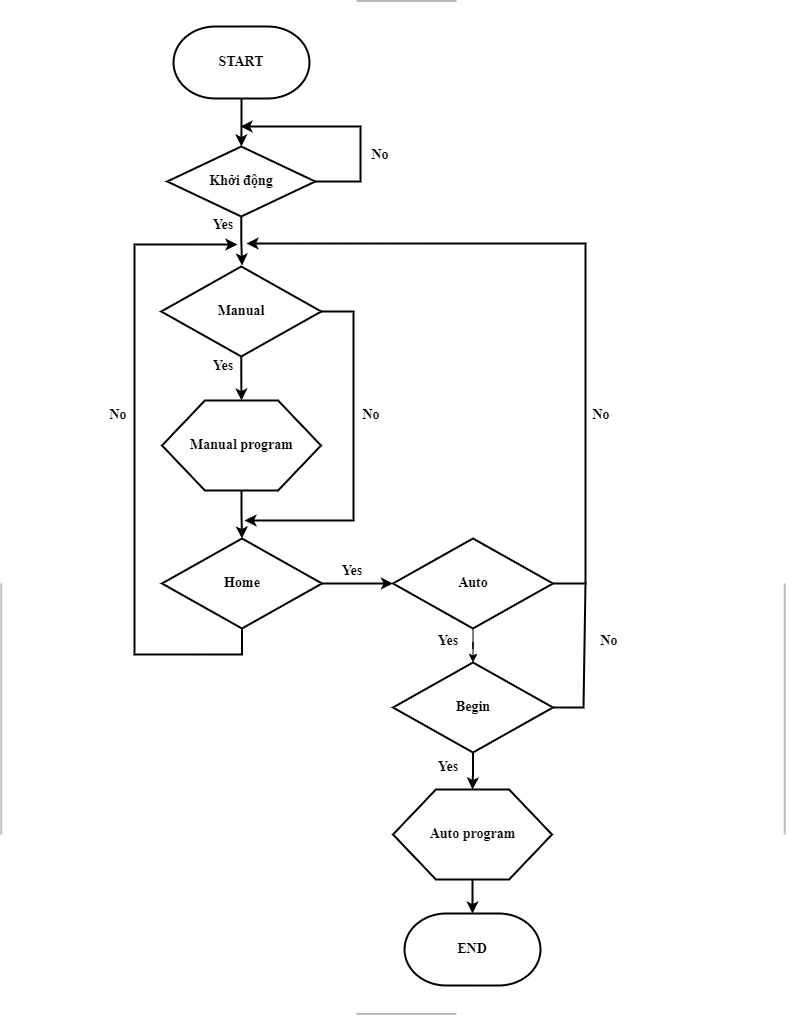
Before: main.png, a diagram exported from draw.io (nguyentienkhoa050401/mon-hoc). Source tidied: cells renumbered, new cells last; positions are measured from the earlier drawing's top-left corner, leaving out a move shared by most shapes.
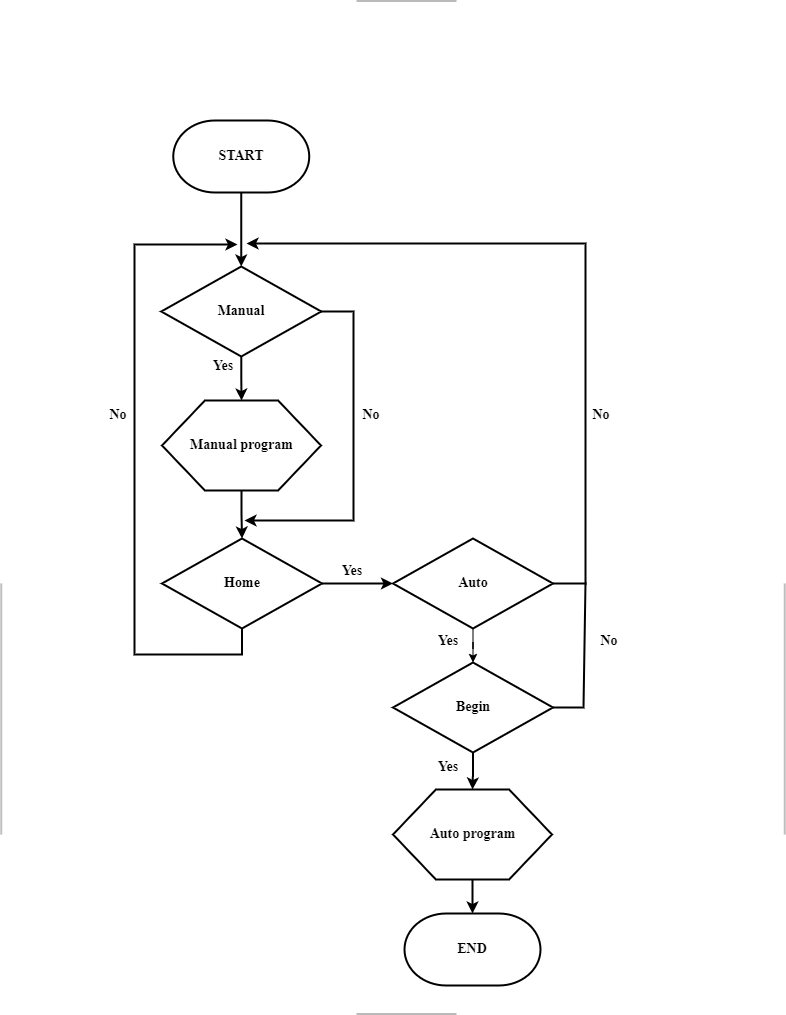
The same diagram one commit later.

What changed in the source:
```diff
@@ -2,11 +2,11 @@
   <root>
     <mxCell id="0" />
     <mxCell id="1" parent="0" />
-    <mxCell id="2" style="edgeStyle=orthogonalEdgeStyle;rounded=0;jettySize=auto;html=1;fontSize=14;fontColor=#000000;strokeWidth=2;fontFamily=Times New Roman;fontStyle=1;" parent="1" edge="1" source="3" target="15">
+    <mxCell id="2" style="edgeStyle=orthogonalEdgeStyle;rounded=0;jettySize=auto;html=1;fontSize=14;fontColor=#000000;strokeWidth=2;fontFamily=Times New Roman;fontStyle=1;entryX=0.5;entryY=0;entryDx=0;entryDy=0;" parent="1" edge="1" source="3" target="24">
       <mxGeometry relative="1" as="geometry" />
     </mxCell>
     <mxCell id="3" value="&lt;span style=&quot;font-size: 14px;&quot;&gt;&lt;font style=&quot;font-size: 14px;&quot;&gt;START&lt;/font&gt;&lt;/span&gt;" style="fontSize=14;zwfType=basicShape;strokeWidth=2;html=1;shape=mxgraph.flowchart.terminator;whiteSpace=wrap;fontFamily=Times New Roman;fontStyle=1;" parent="1" vertex="1">
-      <mxGeometry x="85" width="136" height="72" as="geometry" />
+      <mxGeometry x="84.8" y="94" width="136" height="72" as="geometry" />
     </mxCell>
     <mxCell id="4" style="edgeStyle=orthogonalEdgeStyle;rounded=0;jettySize=auto;html=1;strokeWidth=2;exitX=1;exitY=0.5;exitDx=0;exitDy=0;" parent="1" edge="1" source="6">
       <mxGeometry relative="1" as="geometry">
@@ -48,35 +48,12 @@
     <mxCell id="12" value="Auto program" style="fontSize=14;spacingLeft=10;spacingRight=10;zwfType=basicShape;strokeWidth=2;html=1;shape=hexagon;perimeter=hexagonPerimeter2;arcSize=6;size=0.27;fontFamily=Times New Roman;fontStyle=1;" parent="1" vertex="1">
       <mxGeometry x="304.5" y="763" width="159" height="90" as="geometry" />
     </mxCell>
-    <mxCell id="13" style="edgeStyle=orthogonalEdgeStyle;rounded=0;jettySize=auto;html=1;fontSize=14;fontColor=#000000;strokeWidth=2;fontFamily=Times New Roman;fontStyle=1;" parent="1" edge="1" source="15">
-      <mxGeometry relative="1" as="geometry">
-        <mxPoint x="153.6" y="239" as="targetPoint" />
-      </mxGeometry>
-    </mxCell>
-    <mxCell id="14" style="edgeStyle=orthogonalEdgeStyle;rounded=0;jettySize=auto;html=1;fontSize=14;fontColor=#000000;strokeWidth=2;fontFamily=Times New Roman;fontStyle=1;" parent="1" edge="1" source="15">
-      <mxGeometry relative="1" as="geometry">
-        <mxPoint x="152" y="100" as="targetPoint" />
-        <Array as="points">
-          <mxPoint x="272" y="155" />
-          <mxPoint x="272" y="100" />
-        </Array>
-      </mxGeometry>
-    </mxCell>
-    <mxCell id="15" value="Khởi động" style="fontSize=14;spacingLeft=10;spacingRight=10;zwfType=basicShape;strokeWidth=2;rhombus;whiteSpace=wrap;html=1;fontStyle=1;fontFamily=Times New Roman;" parent="1" vertex="1">
-      <mxGeometry x="78.8" y="120" width="148" height="70" as="geometry" />
-    </mxCell>
-    <mxCell id="16" value="No" style="text;html=1;align=center;verticalAlign=middle;whiteSpace=wrap;rounded=0;fillStyle=solid;strokeWidth=2;fontSize=14;fontFamily=Times New Roman;fontStyle=1;" parent="1" vertex="1">
-      <mxGeometry x="262" y="114" width="60" height="30" as="geometry" />
-    </mxCell>
     <mxCell id="17" value="No" style="text;html=1;align=center;verticalAlign=middle;whiteSpace=wrap;rounded=0;fillStyle=solid;strokeWidth=2;fontSize=14;fontFamily=Times New Roman;fontStyle=1;" parent="1" vertex="1">
       <mxGeometry x="253" y="374" width="60" height="30" as="geometry" />
     </mxCell>
     <mxCell id="18" value="Yes&lt;br style=&quot;font-size: 14px;&quot;&gt;" style="text;html=1;align=center;verticalAlign=middle;whiteSpace=wrap;rounded=0;fillStyle=solid;strokeWidth=2;fontSize=14;fontFamily=Times New Roman;fontStyle=1;" parent="1" vertex="1">
       <mxGeometry x="330" y="600" width="60" height="30" as="geometry" />
     </mxCell>
-    <mxCell id="19" value="Yes&lt;br style=&quot;font-size: 14px;&quot;&gt;" style="text;html=1;align=center;verticalAlign=middle;whiteSpace=wrap;rounded=0;fillStyle=solid;strokeWidth=2;fontSize=14;fontFamily=Times New Roman;fontStyle=1;" parent="1" vertex="1">
-      <mxGeometry x="105" y="184" width="60" height="30" as="geometry" />
-    </mxCell>
     <mxCell id="20" value="Yes" style="text;html=1;align=center;verticalAlign=middle;whiteSpace=wrap;rounded=0;fillStyle=solid;strokeWidth=2;fontSize=14;fontFamily=Times New Roman;fontStyle=1;" parent="1" vertex="1">
       <mxGeometry x="233.5" y="530" width="60" height="30" as="geometry" />
     </mxCell>
```
